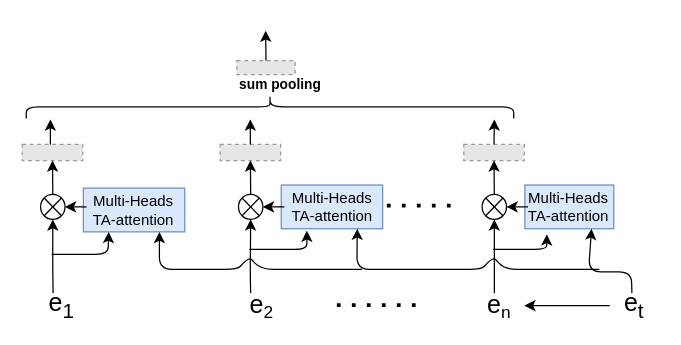
This is page "Multi-heads TA attention" (1 of 10) of Untitled Diagram.drawio from jlinleung/Cheatsheets, a draw.io file, before an edit. Source tidied: cells renumbered, new cells numbered last; positions are measured from the earlier drawing's top-left corner, leaving out a move shared by most shapes. Both pictures are drawn from the tidied source at 125%, with x=0, y=0 at pixel (21, -138). Pictures stored in the file or linked from it are replaced by grey dashed boxes.
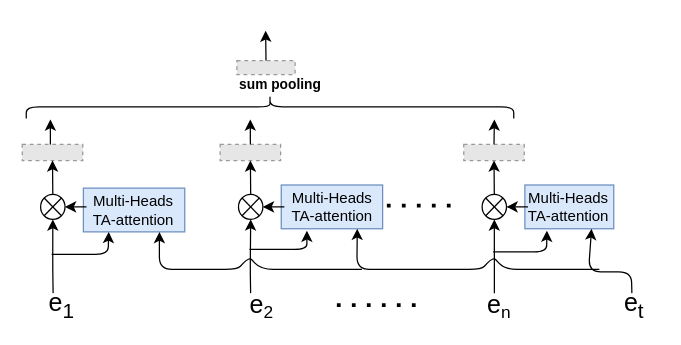
The same diagram, later.

The change refers to these unchanged cells:
```xml
<mxCell id="25" style="group;" parent="24" vertex="1">
  <mxGeometry width="120" height="80" as="geometry" />
</mxCell>
<mxCell id="32" value="&lt;font style=&quot;font-size: 20px&quot;&gt;e&lt;/font&gt;&lt;font style=&quot;font-size: 16.6667px&quot;&gt;&lt;sub&gt;n&lt;/sub&gt;&lt;/font&gt;" style="text;html=1;strokeColor=none;fillColor=none;align=center;verticalAlign=middle;whiteSpace=wrap;rounded=0;fontSize=13;" parent="1" vertex="1">
  <mxGeometry x="362" y="344" width="40" height="20" as="geometry" />
</mxCell>
<mxCell id="45" value="&lt;font style=&quot;font-size: 20px&quot;&gt;e&lt;sub&gt;t&lt;/sub&gt;&lt;/font&gt;" style="text;html=1;strokeColor=none;fillColor=none;align=center;verticalAlign=middle;whiteSpace=wrap;rounded=0;fontSize=13;" parent="1" vertex="1">
  <mxGeometry x="470.3" y="344" width="40" height="20" as="geometry" />
</mxCell>
```

Change to the diagram source:
```diff
@@
     <mxCell id="29" style="endArrow=classic;html=1;" parent="25" edge="1">
       <mxGeometry relative="1" as="geometry">
-        <mxPoint x="23.5" y="84" as="sourcePoint" />
-        <mxPoint x="66.5" y="72" as="targetPoint" />
+        <mxPoint x="23.5" y="86" as="sourcePoint" />
+        <mxPoint x="66.5" y="69" as="targetPoint" />
         <Array as="points">
-          <mxPoint x="66.3" y="84" />
+          <mxPoint x="66.3" y="86" />
         </Array>
       </mxGeometry>
     </mxCell>
@@
-    <mxCell id="44" style="edgeStyle=orthogonalEdgeStyle;curved=0;rounded=1;sketch=0;jettySize=auto;html=1;fontSize=20;" parent="1" edge="1" source="45" target="32">
-      <mxGeometry relative="1" as="geometry" />
-    </mxCell>
```
